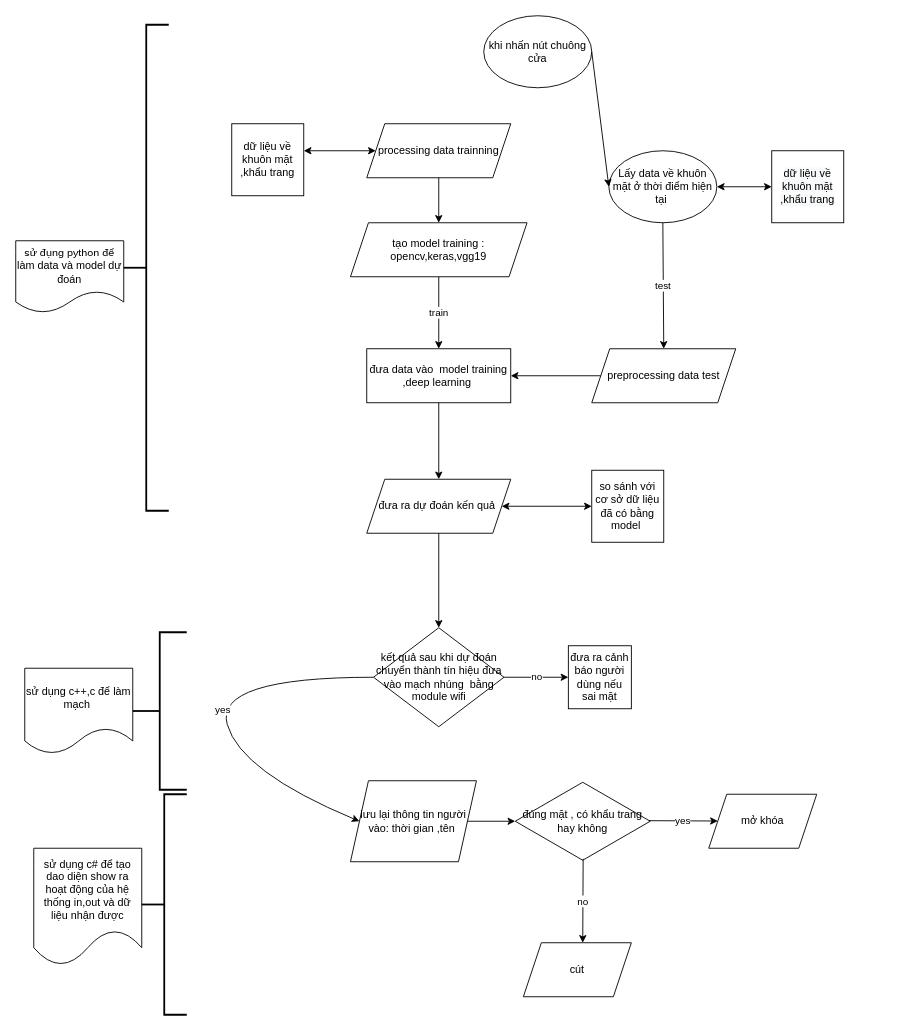
Earlier version of the draw.io diagram Untitled Diagram.drawio (KienPhung-AI-future/data-set-download). Source tidied: cells renumbered, new cells numbered last; positions are measured from the earlier drawing's top-left corner, leaving out a move shared by most shapes. Both pictures are drawn from the tidied source at 90%, with x=0, y=0 at pixel (15, 15).
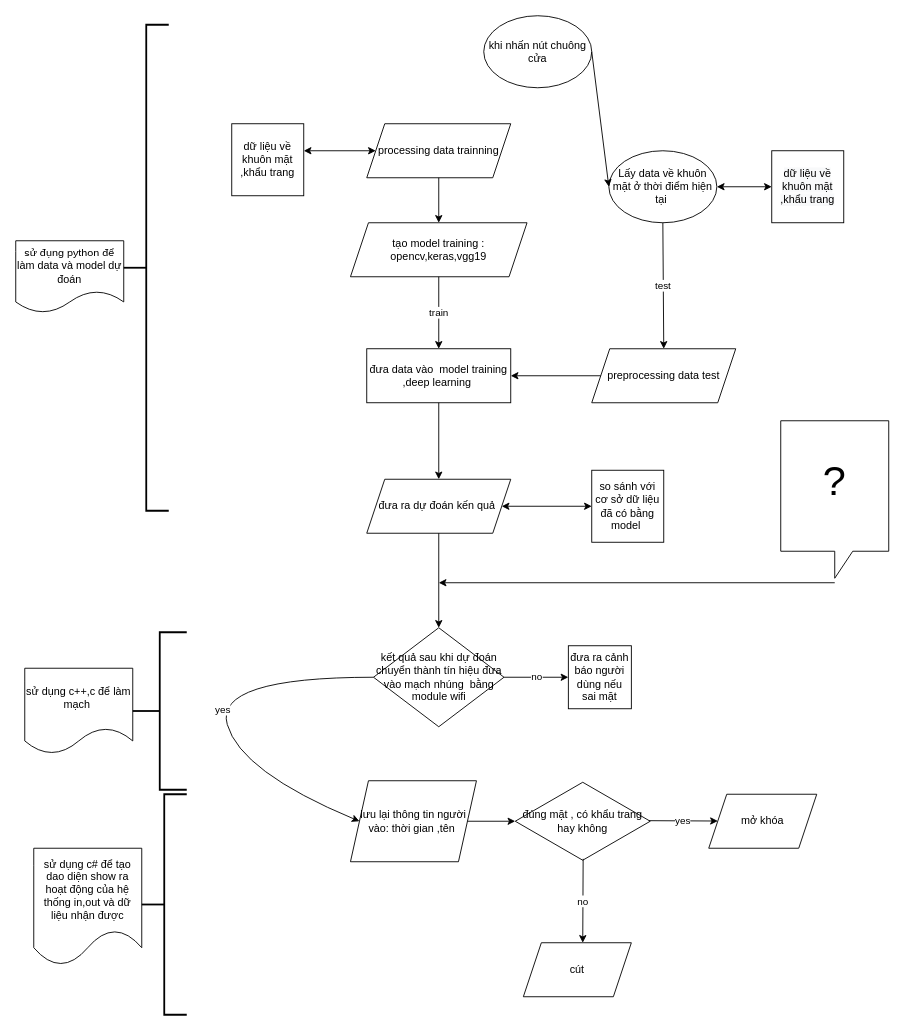
After the change.

Change to the diagram source:
```diff
@@
+    <mxCell id="39" value="&lt;p style=&quot;line-height: 170%&quot;&gt;&lt;font style=&quot;font-size: 46px&quot;&gt;?&lt;/font&gt;&lt;/p&gt;" style="shape=callout;whiteSpace=wrap;html=1;perimeter=calloutPerimeter;" parent="1" vertex="1">
+      <mxGeometry x="850" y="450" width="120" height="175" as="geometry" />
+    </mxCell>
+    <mxCell id="40" style="endArrow=classic;html=1;" parent="1" edge="1">
+      <mxGeometry relative="1" as="geometry">
+        <mxPoint x="910" y="630" as="sourcePoint" />
+        <mxPoint x="470" y="630" as="targetPoint" />
+      </mxGeometry>
+    </mxCell>
```
